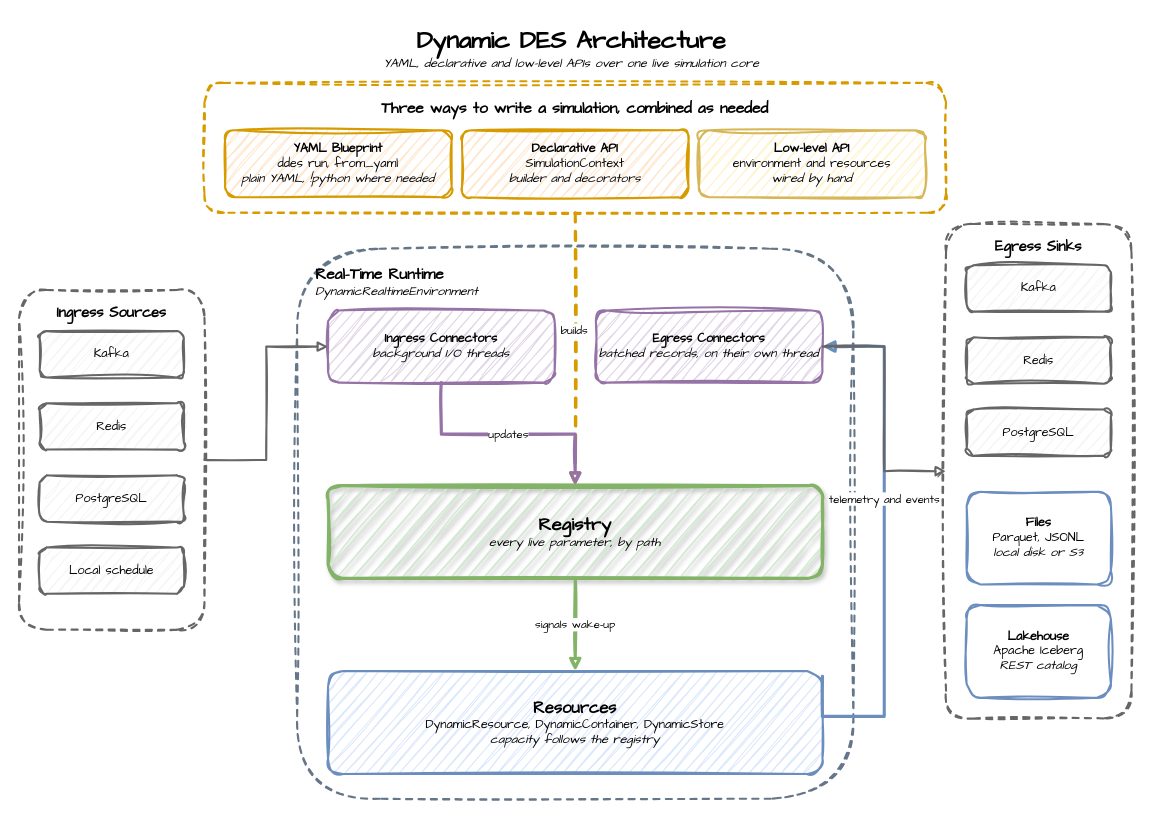
Earlier version of the draw.io diagram docs/assets/architecture.drawio (jaehyeon-kim/desflow). Source tidied: cells renumbered, new cells numbered last; positions are measured from the earlier drawing's top-left corner, leaving out a move shared by most shapes. Both pictures are drawn from the tidied source at 103%, with x=0, y=0 at pixel (19, 18).
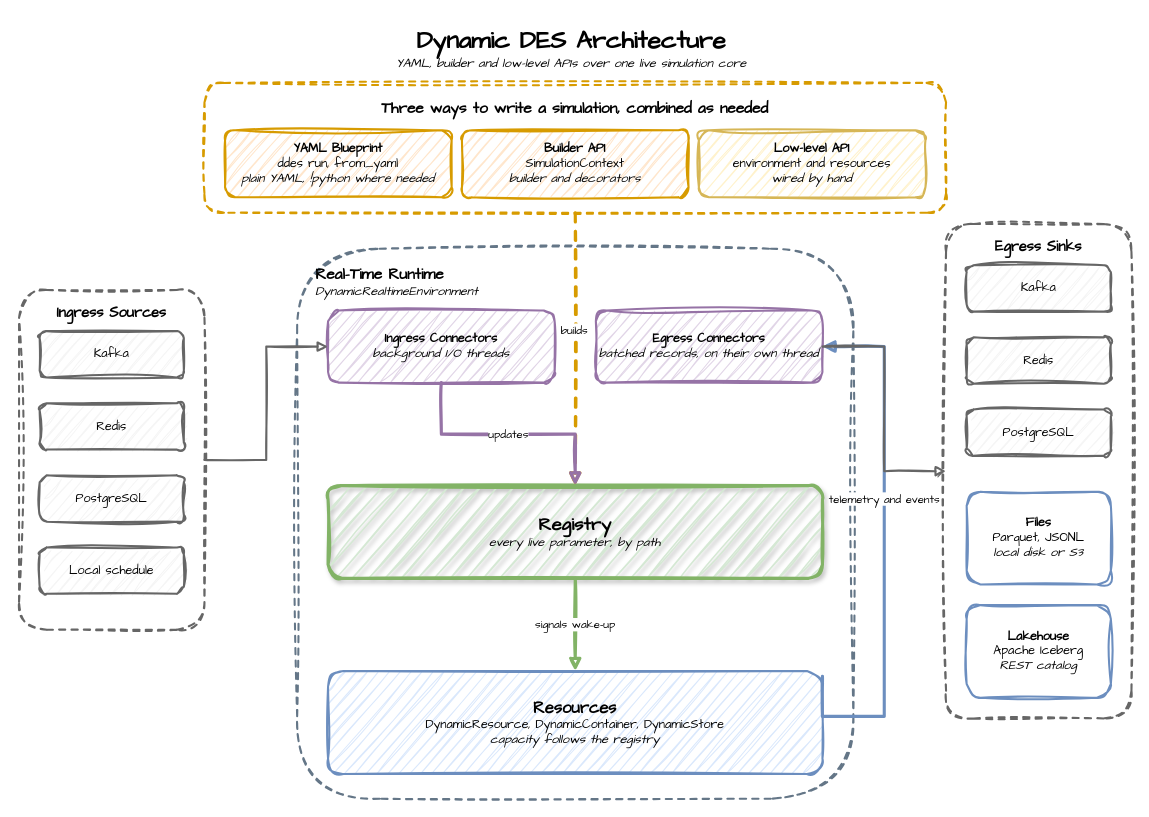
Above is the later version.

The edit, as a diff of the source:
```diff
@@
-    <mxCell id="2" value="&lt;b style=&quot;font-size: 24px;&quot;&gt;Dynamic DES Architecture&lt;/b&gt;&lt;br&gt;&lt;i&gt;YAML, declarative and low-level APIs over one live simulation core&lt;/i&gt;" style="text;html=1;align=center;verticalAlign=middle;fontFamily=Comic Sans MS;" parent="1" vertex="1">
+    <mxCell id="2" value="&lt;b style=&quot;font-size: 24px;&quot;&gt;Dynamic DES Architecture&lt;/b&gt;&lt;br&gt;&lt;i&gt;YAML, builder and low-level APIs over one live simulation core&lt;/i&gt;" style="text;html=1;align=center;verticalAlign=middle;fontFamily=Comic Sans MS;" parent="1" vertex="1">
       <mxGeometry x="236" width="600" height="60" as="geometry" />
     </mxCell>
@@
-    <mxCell id="5" value="&lt;b&gt;Declarative API&lt;/b&gt;&lt;br&gt;SimulationContext&lt;br&gt;&lt;i&gt;builder and decorators&lt;/i&gt;" style="rounded=1;whiteSpace=wrap;html=1;sketch=1;curveFitting=1;jiggle=2;fillColor=#ffe6cc;strokeColor=#d79b00;strokeWidth=2;fontFamily=Comic Sans MS;" parent="1" vertex="1">
+    <mxCell id="5" value="&lt;b&gt;Builder API&lt;/b&gt;&lt;br&gt;SimulationContext&lt;br&gt;&lt;i&gt;builder and decorators&lt;/i&gt;" style="rounded=1;whiteSpace=wrap;html=1;sketch=1;curveFitting=1;jiggle=2;fillColor=#ffe6cc;strokeColor=#d79b00;strokeWidth=2;fontFamily=Comic Sans MS;" parent="1" vertex="1">
       <mxGeometry x="430" y="109" width="220" height="65" as="geometry" />
     </mxCell>
```
